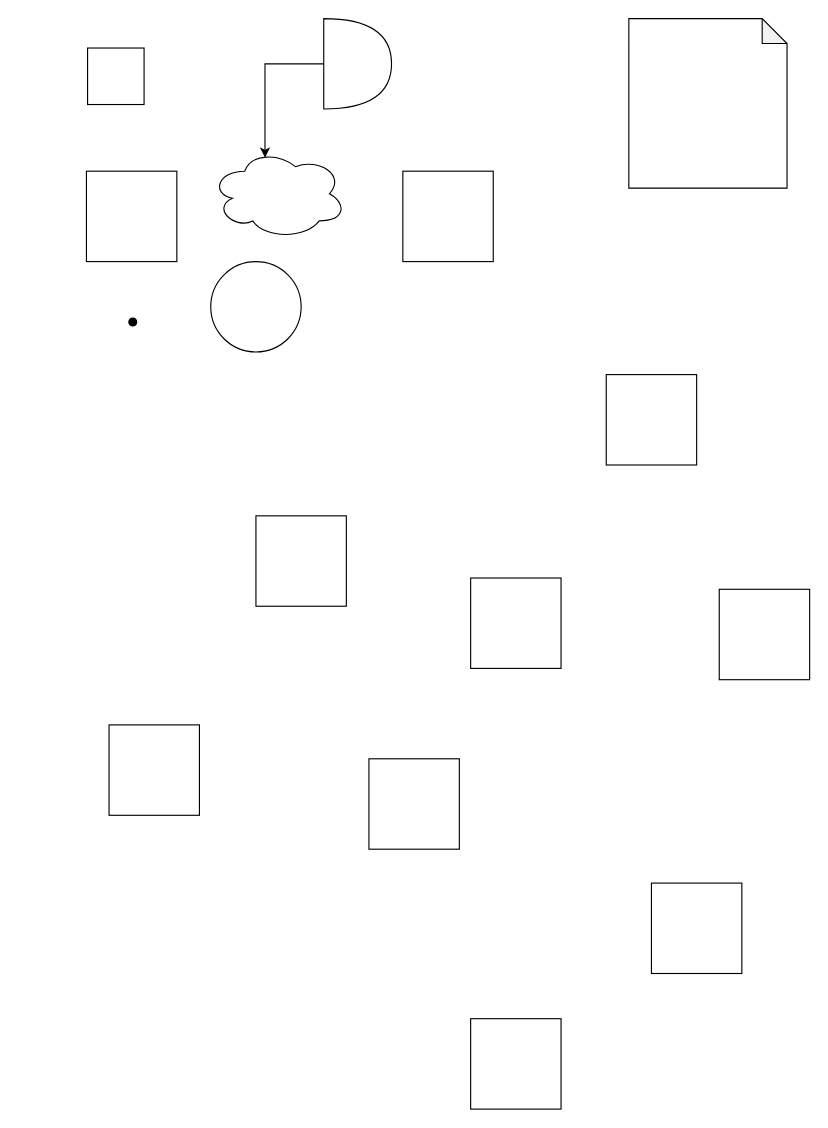
Earlier version of the draw.io diagram example.drawio (yjzzjy4/simple-drawing-program). Source tidied: cells renumbered, new cells numbered last; positions are measured from the earlier drawing's top-left corner, leaving out a move shared by most shapes. Both pictures are drawn from the tidied source at 113%, with x=0, y=0 at pixel (-50, -101).
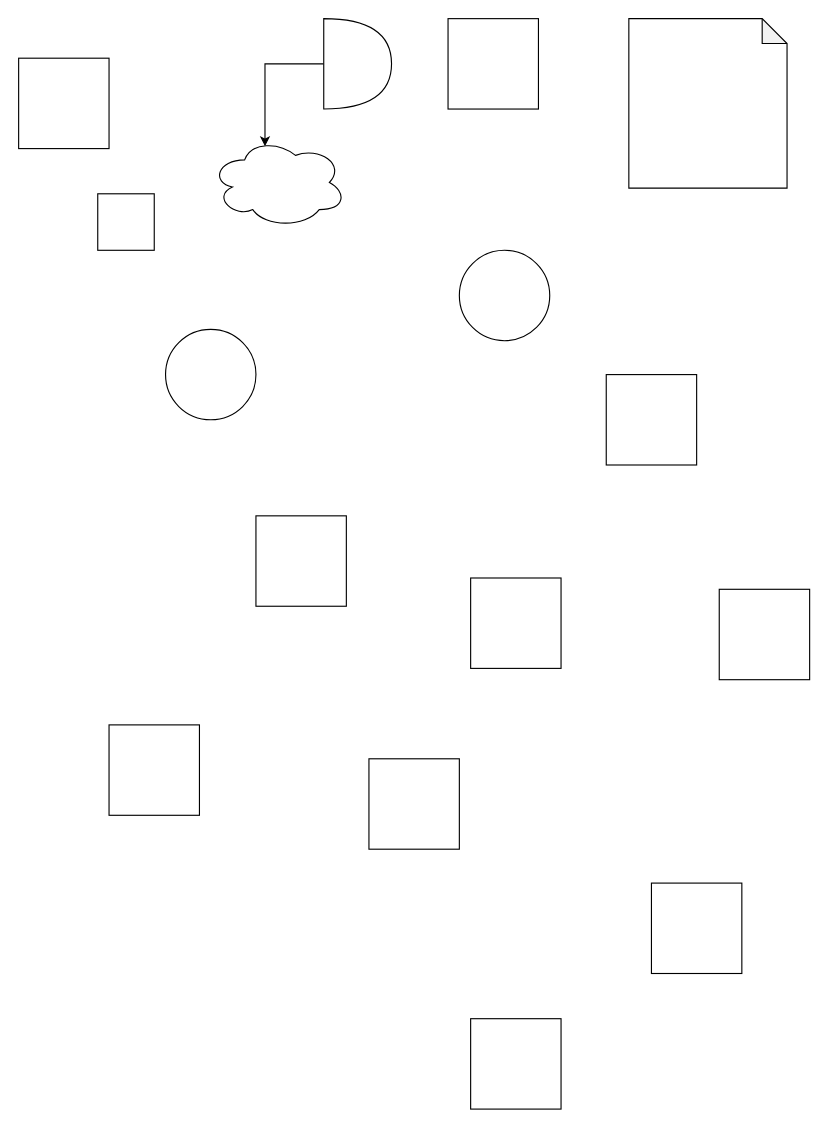
The same diagram, later.

Change to the diagram source:
```diff
@@
 <mxGraphModel>
   <root>
     <mxCell id="0" />
     <mxCell id="1" parent="0" />
     <mxCell id="2" style="whiteSpace=wrap;html=1;strokeColor=default;strokeWidth=1;fillColor=default;gradientColor=none;gradientDirection=north;rotation=0;" parent="1" vertex="1">
-      <mxGeometry x="121" y="131" width="50" height="50" as="geometry" />
+      <mxGeometry x="130" y="260" width="50" height="50" as="geometry" />
     </mxCell>
     <mxCell id="3" style="edgeStyle=orthogonalEdgeStyle;rounded=0;jettySize=auto;html=1;exitX=0;exitY=0.5;exitDx=0;exitDy=0;exitPerimeter=0;entryX=0.4;entryY=0.1;entryDx=0;entryDy=0;entryPerimeter=0;strokeColor=default;" parent="1" edge="1" source="4" target="15">
       <mxGeometry relative="1" as="geometry" />
     </mxCell>
     <mxCell id="4" style="shape=or;whiteSpace=wrap;html=1;strokeColor=default;strokeWidth=1;fillColor=default;gradientColor=none;gradientDirection=north;" parent="1" vertex="1">
       <mxGeometry x="330" y="105" width="60" height="80" as="geometry" />
     </mxCell>
     <mxCell id="5" style="shape=note;whiteSpace=wrap;html=1;backgroundOutline=1;darkOpacity=0.05;strokeColor=default;strokeWidth=1;fillColor=default;gradientColor=none;gradientDirection=north;size=22;" parent="1" vertex="1">
       <mxGeometry x="600" y="105" width="140" height="150" as="geometry" />
     </mxCell>
     <mxCell id="6" style="whiteSpace=wrap;html=1;strokeColor=default;strokeWidth=1;fillColor=default;gradientColor=none;gradientDirection=north;" parent="1" vertex="1">
       <mxGeometry x="140" y="730" width="80" height="80" as="geometry" />
     </mxCell>
     <mxCell id="7" style="whiteSpace=wrap;html=1;strokeColor=default;strokeWidth=1;fillColor=default;gradientColor=none;gradientDirection=north;" parent="1" vertex="1">
       <mxGeometry x="460" y="990" width="80" height="80" as="geometry" />
     </mxCell>
     <mxCell id="8" style="whiteSpace=wrap;html=1;strokeColor=default;strokeWidth=1;fillColor=default;gradientColor=none;gradientDirection=north;" parent="1" vertex="1">
       <mxGeometry x="680" y="610" width="80" height="80" as="geometry" />
     </mxCell>
     <mxCell id="9" style="whiteSpace=wrap;html=1;strokeColor=default;strokeWidth=1;fillColor=default;gradientColor=none;gradientDirection=north;" parent="1" vertex="1">
       <mxGeometry x="460" y="600" width="80" height="80" as="geometry" />
     </mxCell>
     <mxCell id="10" style="whiteSpace=wrap;html=1;strokeColor=default;strokeWidth=1;fillColor=default;gradientColor=none;gradientDirection=north;" parent="1" vertex="1">
       <mxGeometry x="580" y="420" width="80" height="80" as="geometry" />
     </mxCell>
     <mxCell id="11" style="whiteSpace=wrap;html=1;strokeColor=default;strokeWidth=1;fillColor=default;gradientColor=none;gradientDirection=north;" parent="1" vertex="1">
       <mxGeometry x="620" y="870" width="80" height="80" as="geometry" />
     </mxCell>
     <mxCell id="12" style="whiteSpace=wrap;html=1;strokeColor=default;strokeWidth=1;fillColor=default;gradientColor=none;gradientDirection=north;" parent="1" vertex="1">
-      <mxGeometry x="400" y="240" width="80" height="80" as="geometry" />
+      <mxGeometry x="440" y="105" width="80" height="80" as="geometry" />
     </mxCell>
     <mxCell id="13" style="whiteSpace=wrap;html=1;strokeColor=default;strokeWidth=1;fillColor=default;gradientColor=none;gradientDirection=north;" parent="1" vertex="1">
       <mxGeometry x="370" y="760" width="80" height="80" as="geometry" />
     </mxCell>
     <mxCell id="14" style="whiteSpace=wrap;html=1;strokeColor=default;strokeWidth=1;fillColor=default;gradientColor=none;gradientDirection=north;" parent="1" vertex="1">
       <mxGeometry x="270" y="545" width="80" height="80" as="geometry" />
     </mxCell>
     <mxCell id="15" style="ellipse;shape=cloud;whiteSpace=wrap;html=1;strokeColor=default;strokeWidth=1;fillColor=default;gradientColor=none;gradientDirection=north;" parent="1" vertex="1">
-      <mxGeometry x="230" y="220" width="120" height="80" as="geometry" />
+      <mxGeometry x="230" y="210" width="120" height="80" as="geometry" />
     </mxCell>
     <mxCell id="16" style="whiteSpace=wrap;html=1;strokeColor=default;strokeWidth=1;fillColor=default;gradientColor=none;gradientDirection=north;" parent="1" vertex="1">
       <mxGeometry as="geometry" />
     </mxCell>
     <mxCell id="17" style="rounded=0;whiteSpace=wrap;html=1;strokeColor=default;strokeWidth=1;fillColor=default;gradientColor=none;gradientDirection=north;" parent="1" vertex="1">
-      <mxGeometry x="120" y="240" width="80" height="80" as="geometry" />
+      <mxGeometry x="60" y="140" width="80" height="80" as="geometry" />
     </mxCell>
+    <mxCell id="20" style="ellipse;whiteSpace=wrap;html=1;strokeColor=default;strokeWidth=1;fillColor=#FFFFFF;gradientColor=none;gradientDirection=north;" parent="1" vertex="1">
+      <mxGeometry x="450" y="310" width="80" height="80" as="geometry" />
+    </mxCell>
     <mxCell id="18" style="ellipse;whiteSpace=wrap;html=1;strokeColor=default;strokeWidth=1;fillColor=default;gradientColor=none;gradientDirection=north;" parent="1" vertex="1">
-      <mxGeometry x="230" y="320" width="80" height="80" as="geometry" />
+      <mxGeometry x="190" y="380" width="80" height="80" as="geometry" />
     </mxCell>
-    <mxCell id="19" style="ellipse;whiteSpace=wrap;html=1;strokeColor=default;strokeWidth=1;fillColor=#000000;gradientColor=none;gradientDirection=north;" parent="1" vertex="1">
-      <mxGeometry x="157.5" y="370" width="7" height="7" as="geometry" />
-    </mxCell>
   </root>
 </mxGraphModel>
```
